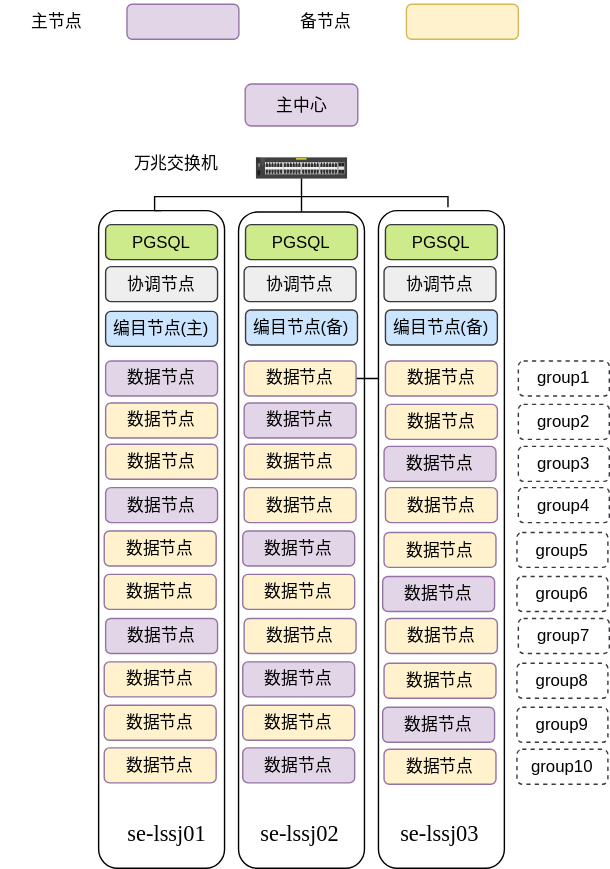
Above: 客户/保定银行/保定银行历史数据平台架构图.drawio.svg in SequoiaDB/design_drawio (draw.io), before the change. Source tidied: cells renumbered, new cells last; positions are measured from the earlier drawing's top-left corner, leaving out a move shared by most shapes.
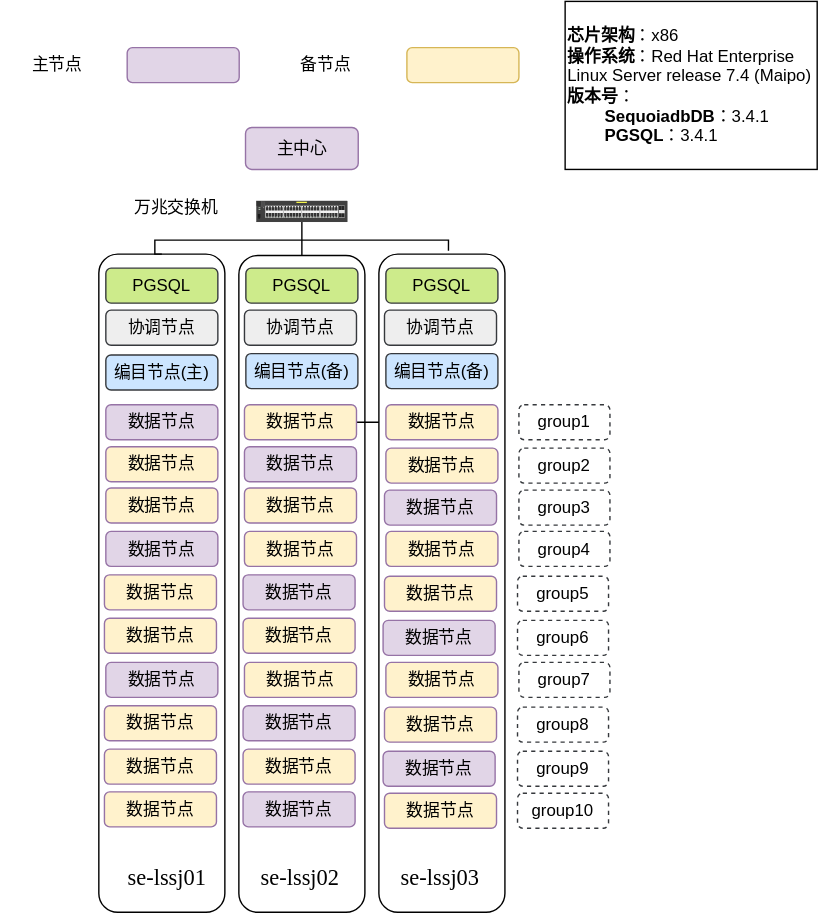
After the commit.

Change to the diagram source:
```diff
@@ -203,5 +203,8 @@
     <mxCell id="66" value="数据节点" style="rounded=1;whiteSpace=wrap;html=1;fillColor=#FFF2CC;strokeColor=#9673a6;" parent="1" vertex="1">
       <mxGeometry x="274" y="535" width="80" height="25" as="geometry" />
     </mxCell>
+    <mxCell id="67" value="&lt;b&gt;芯片架构&lt;/b&gt;：x86&lt;div&gt;&lt;b&gt;操作系统&lt;/b&gt;：Red Hat Enterprise Linux Server release 7.4 (Maipo)&lt;br&gt;&lt;b&gt;版本号&lt;/b&gt;：&lt;/div&gt;&lt;div&gt;&lt;span style=&quot;white-space: pre;&quot;&gt;&#9;&lt;/span&gt;&lt;b&gt;SequoiadbDB&lt;/b&gt;：3.4.1&lt;br&gt;&lt;span style=&quot;white-space: pre;&quot;&gt;&#9;&lt;/span&gt;&lt;b&gt;PGSQL&lt;/b&gt;：3.4.1&lt;br&gt;&lt;/div&gt;" style="rounded=0;whiteSpace=wrap;html=1;align=left;" parent="1" vertex="1">
+      <mxGeometry x="403" y="-30.5" width="180" height="120" as="geometry" />
+    </mxCell>
   </root>
 </mxGraphModel>
```
